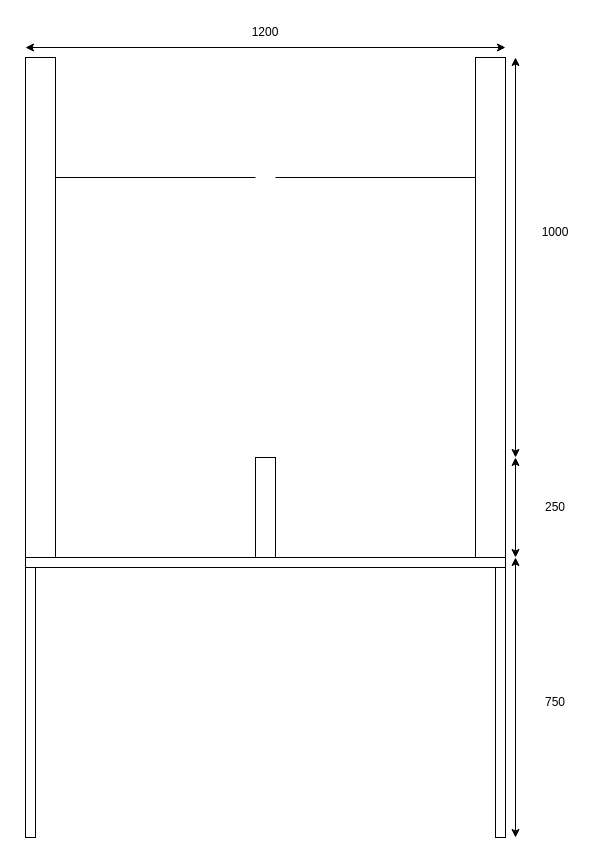
The draw.io diagram ignitionSetup_delayedIgnitionH2.drawio in gatw/draw_io, before the edit. Source tidied: cells renumbered, new cells numbered last; positions are measured from the earlier drawing's top-left corner, leaving out a move shared by most shapes. Both pictures are drawn from the tidied source at 100%, with x=0, y=0 at pixel (25, 17).
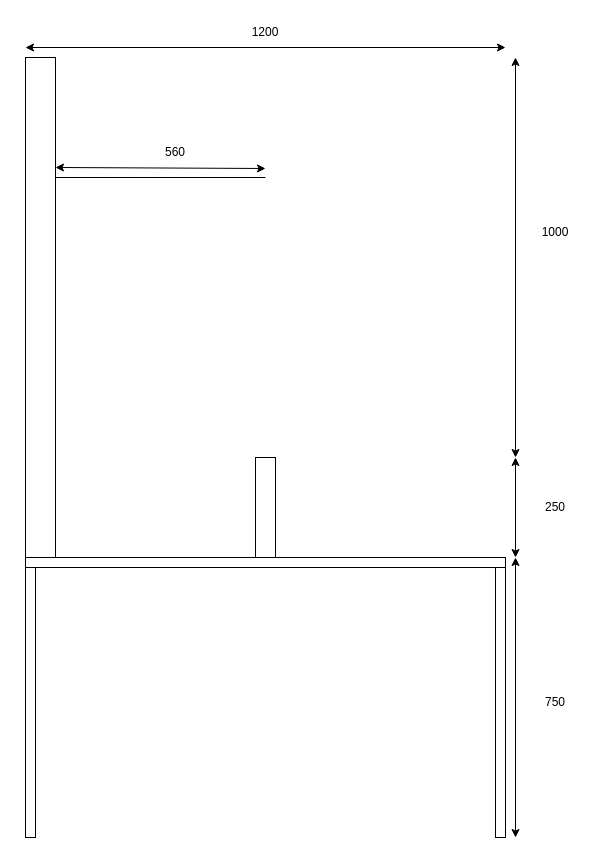
Above is the later version.

Commit message:
added one sided igntion

The edit, as a diff of the source:
```diff
@@
-    <mxCell id="11" style="rounded=0;whiteSpace=wrap;html=1;" parent="1" vertex="1">
-      <mxGeometry x="450" y="40" width="30" height="500" as="geometry" />
-    </mxCell>
@@
     <mxCell id="14" style="endArrow=none;html=1;rounded=0;exitX=1;exitY=0.25;exitDx=0;exitDy=0;" parent="1" edge="1">
       <mxGeometry relative="1" as="geometry">
         <mxPoint x="30" y="160" as="sourcePoint" />
-        <mxPoint x="230" y="160" as="targetPoint" />
+        <mxPoint x="240" y="160" as="targetPoint" />
       </mxGeometry>
     </mxCell>
-    <mxCell id="15" style="endArrow=none;html=1;rounded=0;exitX=1;exitY=0.25;exitDx=0;exitDy=0;" parent="1" edge="1">
-      <mxGeometry relative="1" as="geometry">
-        <mxPoint x="250" y="160" as="sourcePoint" />
-        <mxPoint x="450" y="160" as="targetPoint" />
-      </mxGeometry>
-    </mxCell>
@@
+    <mxCell id="18" style="endArrow=classic;startArrow=classic;html=1;rounded=0;" parent="1" edge="1">
+      <mxGeometry relative="1" as="geometry">
+        <mxPoint x="30" y="150" as="sourcePoint" />
+        <mxPoint x="240" y="151" as="targetPoint" />
+      </mxGeometry>
+    </mxCell>
+    <mxCell id="19" value="560" style="text;html=1;whiteSpace=wrap;strokeColor=none;fillColor=none;align=center;verticalAlign=middle;rounded=0;" parent="1" vertex="1">
+      <mxGeometry x="120" y="120" width="60" height="30" as="geometry" />
+    </mxCell>
```
